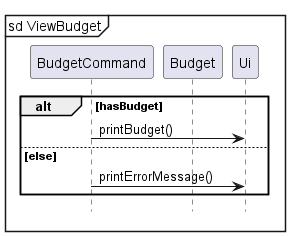
Above: docs/images/viewBudget.png in nus-cs2113-AY2324S1/tp (PlantUML), before the change.
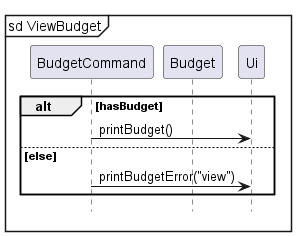
After the change.

Commit message:
Extract method in budget command and update DG

Diff of the diagram source:
```diff
@@ -8,7 +8,7 @@
 alt hasBudget
     BudgetCommand -> Ui: printBudget()
 else else
-    BudgetCommand -> Ui: printErrorMessage()
+    BudgetCommand -> Ui: printBudgetError("view")
 end
 
 hide footbox
```
